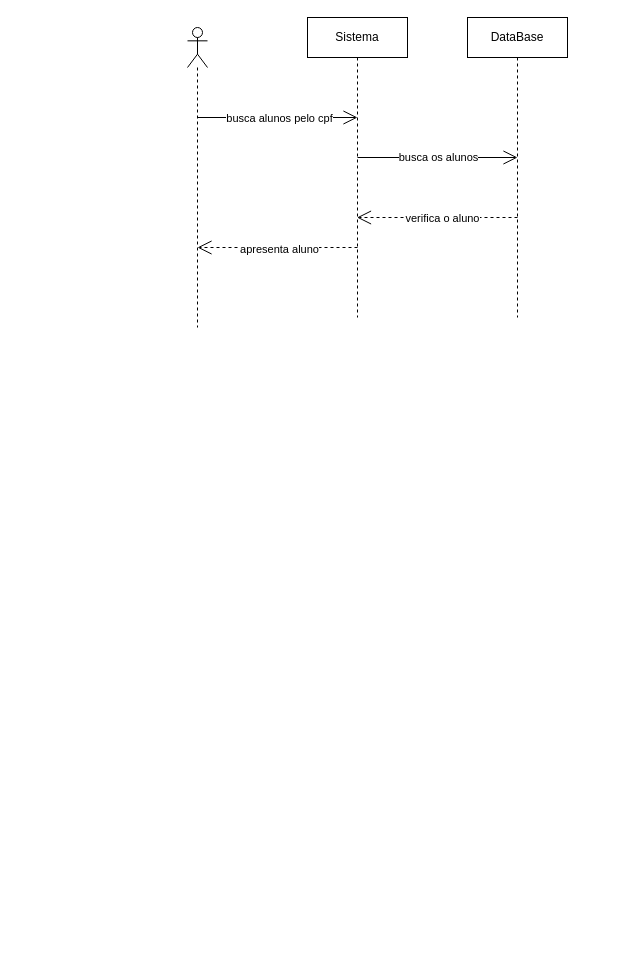
Earlier version of the draw.io diagram page "busca aluno pelo cpf" (18 of 22) of diagramas/sequencias/sequencias.drawio (ismaelnata01-maker/sistema-de-gestao-escolar). Source tidied: cells renumbered, new cells numbered last; positions are measured from the earlier drawing's top-left corner, leaving out a move shared by most shapes. Both pictures are drawn from the tidied source at 100%, with x=0, y=0 at pixel (187, 17).
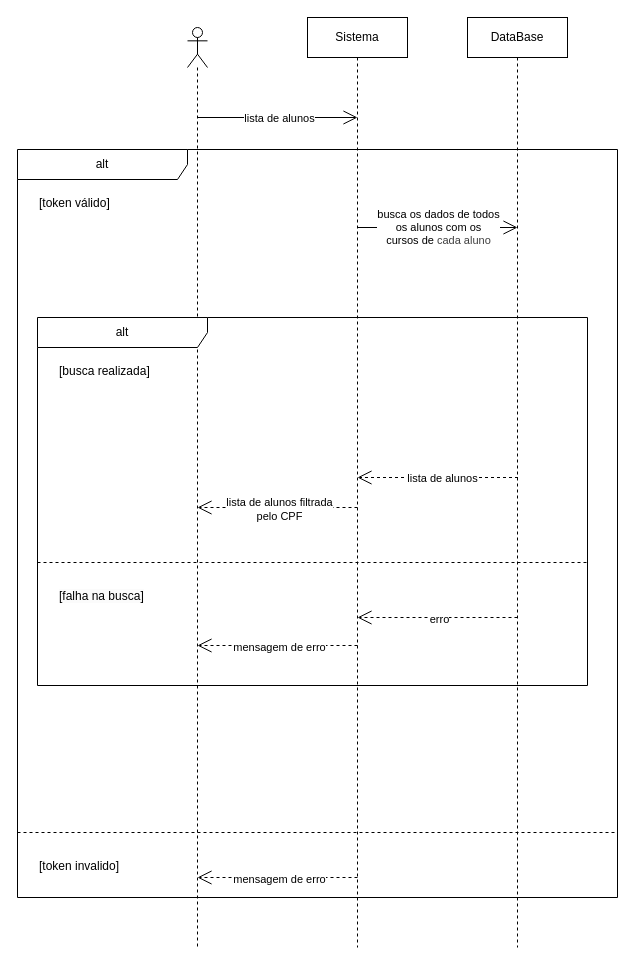
The same diagram, later.

What changed in the source:
```diff
@@
-    <mxCell id="2" style="endArrow=open;endFill=1;endSize=12;html=1;dashed=1;" parent="1" edge="1">
-      <mxGeometry relative="1" as="geometry">
-        <mxPoint x="330" y="200" as="sourcePoint" />
-        <mxPoint x="169.5" y="200" as="targetPoint" />
-        <Array as="points">
-          <mxPoint x="310" y="200" />
-        </Array>
-      </mxGeometry>
-    </mxCell>
-    <mxCell id="3" value="verifica o aluno" style="edgeLabel;html=1;align=center;verticalAlign=middle;" parent="2" vertex="1">
-      <mxGeometry x="-0.05" relative="1" as="geometry" />
-    </mxCell>
-    <mxCell id="4" style="shape=umlLifeline;perimeter=lifelinePerimeter;whiteSpace=wrap;html=1;newEdgeStyle={&quot;curved&quot;:0,&quot;rounded&quot;:0};participant=umlActor;" parent="1" vertex="1">
-      <mxGeometry y="10" width="20" height="300" as="geometry" />
-    </mxCell>
+    <mxCell id="13" style="shape=umlLifeline;perimeter=lifelinePerimeter;whiteSpace=wrap;html=1;newEdgeStyle={&quot;curved&quot;:0,&quot;rounded&quot;:0};participant=umlActor;" parent="1" vertex="1">
+      <mxGeometry y="10" width="20" height="920" as="geometry" />
+    </mxCell>
     <mxCell id="5" value="Sistema" style="shape=umlLifeline;perimeter=lifelinePerimeter;whiteSpace=wrap;html=1;newEdgeStyle={&quot;curved&quot;:0,&quot;rounded&quot;:0};" parent="1" vertex="1">
-      <mxGeometry x="120" width="100" height="300" as="geometry" />
+      <mxGeometry x="120" width="100" height="930" as="geometry" />
     </mxCell>
     <mxCell id="6" value="DataBase" style="shape=umlLifeline;perimeter=lifelinePerimeter;whiteSpace=wrap;html=1;newEdgeStyle={&quot;curved&quot;:0,&quot;rounded&quot;:0};" parent="1" vertex="1">
-      <mxGeometry x="280" width="100" height="300" as="geometry" />
+      <mxGeometry x="280" width="100" height="930" as="geometry" />
     </mxCell>
-    <mxCell id="7" style="endArrow=open;endFill=1;endSize=12;html=1;" parent="1" edge="1">
-      <mxGeometry relative="1" as="geometry">
-        <mxPoint x="10" y="100" as="sourcePoint" />
-        <mxPoint x="170" y="100" as="targetPoint" />
-      </mxGeometry>
-    </mxCell>
-    <mxCell id="8" value="busca alunos pelo cpf" style="edgeLabel;html=1;align=center;verticalAlign=middle;" parent="7" vertex="1">
-      <mxGeometry x="0.01" relative="1" as="geometry" />
-    </mxCell>
-    <mxCell id="9" style="endArrow=open;endFill=1;endSize=12;html=1;" parent="1" edge="1">
-      <mxGeometry relative="1" as="geometry">
-        <mxPoint x="170" y="140" as="sourcePoint" />
-        <mxPoint x="330" y="140" as="targetPoint" />
-      </mxGeometry>
-    </mxCell>
-    <mxCell id="10" value="busca os alunos" style="edgeLabel;html=1;align=center;verticalAlign=middle;" parent="9" vertex="1">
-      <mxGeometry y="1" relative="1" as="geometry" />
-    </mxCell>
-    <mxCell id="11" style="endArrow=open;endFill=1;endSize=12;html=1;dashed=1;" parent="1" edge="1">
-      <mxGeometry relative="1" as="geometry">
-        <mxPoint x="170" y="230" as="sourcePoint" />
-        <mxPoint x="10" y="230" as="targetPoint" />
-      </mxGeometry>
-    </mxCell>
-    <mxCell id="12" value="apresenta aluno" style="edgeLabel;html=1;align=center;verticalAlign=middle;" parent="11" vertex="1">
-      <mxGeometry x="-0.01" y="1" relative="1" as="geometry" />
-    </mxCell>
+    <mxCell id="14" style="endArrow=open;endFill=1;endSize=12;html=1;" parent="1" edge="1">
+      <mxGeometry relative="1" as="geometry">
+        <mxPoint x="10" y="100" as="sourcePoint" />
+        <mxPoint x="170" y="100" as="targetPoint" />
+      </mxGeometry>
+    </mxCell>
+    <mxCell id="15" value="lista de alunos" style="edgeLabel;html=1;align=center;verticalAlign=middle;" parent="14" vertex="1">
+      <mxGeometry x="0.01" relative="1" as="geometry" />
+    </mxCell>
+    <mxCell id="16" value="alt" style="shape=umlFrame;whiteSpace=wrap;html=1;width=170;" parent="1" vertex="1">
+      <mxGeometry x="-170" y="132" width="600" height="748" as="geometry" />
+    </mxCell>
+    <mxCell id="17" value="[token válido]" style="text;html=1;" parent="16" vertex="1">
+      <mxGeometry width="100" height="20" relative="1" as="geometry">
+        <mxPoint x="20" y="40" as="offset" />
+      </mxGeometry>
+    </mxCell>
+    <mxCell id="18" value="[token invalido]" style="line;strokeWidth=1;dashed=1;labelPosition=center;verticalLabelPosition=bottom;align=left;verticalAlign=top;spacingLeft=20;spacingTop=15;html=1;whiteSpace=wrap;" parent="16" vertex="1">
+      <mxGeometry y="678" width="600" height="10" as="geometry" />
+    </mxCell>
+    <mxCell id="19" style="endArrow=open;endFill=1;endSize=12;html=1;dashed=1;" parent="16" edge="1">
+      <mxGeometry relative="1" as="geometry">
+        <mxPoint x="340" y="728" as="sourcePoint" />
+        <mxPoint x="180" y="728" as="targetPoint" />
+      </mxGeometry>
+    </mxCell>
+    <mxCell id="20" value="mensagem de erro" style="edgeLabel;html=1;align=center;verticalAlign=middle;" parent="19" vertex="1">
+      <mxGeometry x="-0.01" y="1" relative="1" as="geometry" />
+    </mxCell>
+    <mxCell id="21" style="endArrow=open;endFill=1;endSize=12;html=1;" parent="16" edge="1">
+      <mxGeometry relative="1" as="geometry">
+        <mxPoint x="340" y="78" as="sourcePoint" />
+        <mxPoint x="500" y="78" as="targetPoint" />
+      </mxGeometry>
+    </mxCell>
+    <mxCell id="22" value="busca os dados de todos&lt;div&gt;os alunos com os&lt;/div&gt;&lt;div&gt;cursos de&amp;nbsp;&lt;span style=&quot;color: rgb(63, 63, 63); background-color: light-dark(#ffffff, var(--ge-dark-color, #121212));&quot;&gt;cada aluno&lt;/span&gt;&lt;/div&gt;" style="edgeLabel;html=1;align=center;verticalAlign=middle;" parent="21" vertex="1">
+      <mxGeometry y="1" relative="1" as="geometry" />
+    </mxCell>
+    <mxCell id="23" value="alt" style="shape=umlFrame;whiteSpace=wrap;html=1;width=170;" parent="16" vertex="1">
+      <mxGeometry x="20" y="168" width="550" height="368" as="geometry" />
+    </mxCell>
+    <mxCell id="24" value="[busca realizada]" style="text;html=1;" parent="23" vertex="1">
+      <mxGeometry width="100" height="20" relative="1" as="geometry">
+        <mxPoint x="20" y="40" as="offset" />
+      </mxGeometry>
+    </mxCell>
+    <mxCell id="25" value="&lt;span style=&quot;text-wrap-mode: nowrap; background-color: rgb(251, 251, 251);&quot;&gt;[falha na busca]&lt;/span&gt;" style="line;strokeWidth=1;dashed=1;labelPosition=center;verticalLabelPosition=bottom;align=left;verticalAlign=top;spacingLeft=20;spacingTop=15;html=1;whiteSpace=wrap;" parent="23" vertex="1">
+      <mxGeometry y="240" width="550" height="10" as="geometry" />
+    </mxCell>
+    <mxCell id="26" style="endArrow=open;endFill=1;endSize=12;html=1;dashed=1;" parent="23" edge="1">
+      <mxGeometry relative="1" as="geometry">
+        <mxPoint x="320" y="328" as="sourcePoint" />
+        <mxPoint x="160" y="328" as="targetPoint" />
+      </mxGeometry>
+    </mxCell>
+    <mxCell id="27" value="mensagem de erro" style="edgeLabel;html=1;align=center;verticalAlign=middle;" parent="26" vertex="1">
+      <mxGeometry x="-0.01" y="1" relative="1" as="geometry" />
+    </mxCell>
+    <mxCell id="28" style="endArrow=open;endFill=1;endSize=12;html=1;dashed=1;" parent="23" edge="1">
+      <mxGeometry relative="1" as="geometry">
+        <mxPoint x="480.5" y="160" as="sourcePoint" />
+        <mxPoint x="320" y="160" as="targetPoint" />
+        <Array as="points">
+          <mxPoint x="460.5" y="160" />
+        </Array>
+      </mxGeometry>
+    </mxCell>
+    <mxCell id="29" value="lista de alunos" style="edgeLabel;html=1;align=center;verticalAlign=middle;" parent="28" vertex="1">
+      <mxGeometry x="-0.05" relative="1" as="geometry" />
+    </mxCell>
+    <mxCell id="30" style="endArrow=open;endFill=1;endSize=12;html=1;dashed=1;" parent="23" edge="1">
+      <mxGeometry relative="1" as="geometry">
+        <mxPoint x="320" y="190" as="sourcePoint" />
+        <mxPoint x="160" y="190" as="targetPoint" />
+      </mxGeometry>
+    </mxCell>
+    <mxCell id="31" value="&lt;span style=&quot;color: rgb(0, 0, 0);&quot;&gt;lista de alunos filtrada&lt;/span&gt;&lt;div&gt;&lt;span style=&quot;color: rgb(0, 0, 0);&quot;&gt;pelo CPF&lt;/span&gt;&lt;/div&gt;" style="edgeLabel;html=1;align=center;verticalAlign=middle;" parent="30" vertex="1">
+      <mxGeometry x="-0.01" y="1" relative="1" as="geometry" />
+    </mxCell>
+    <mxCell id="32" style="endArrow=open;endFill=1;endSize=12;html=1;dashed=1;" parent="23" edge="1">
+      <mxGeometry relative="1" as="geometry">
+        <mxPoint x="480" y="300" as="sourcePoint" />
+        <mxPoint x="320" y="300" as="targetPoint" />
+      </mxGeometry>
+    </mxCell>
+    <mxCell id="33" value="erro" style="edgeLabel;html=1;align=center;verticalAlign=middle;" parent="32" vertex="1">
+      <mxGeometry x="-0.01" y="1" relative="1" as="geometry" />
+    </mxCell>
```
